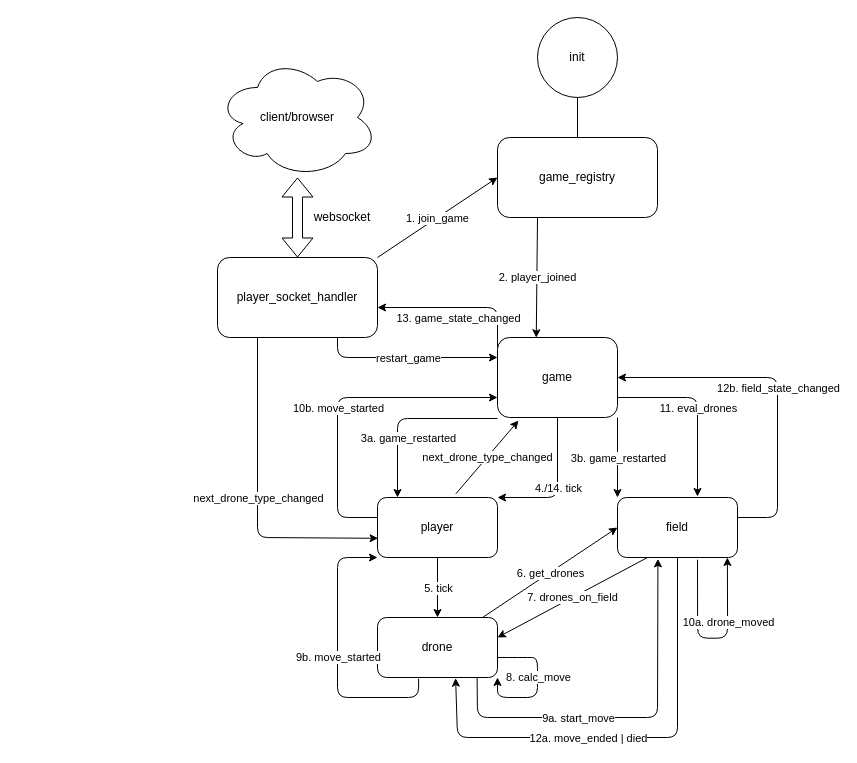
This is backend/spec.drawio from flensrocker/droneactor, a draw.io file, before an edit. Source tidied: cells renumbered, new cells numbered last; positions are measured from the earlier drawing's top-left corner, leaving out a move shared by most shapes. Both pictures are drawn from the tidied source at 100%, with x=0, y=0 at pixel (217, 17).
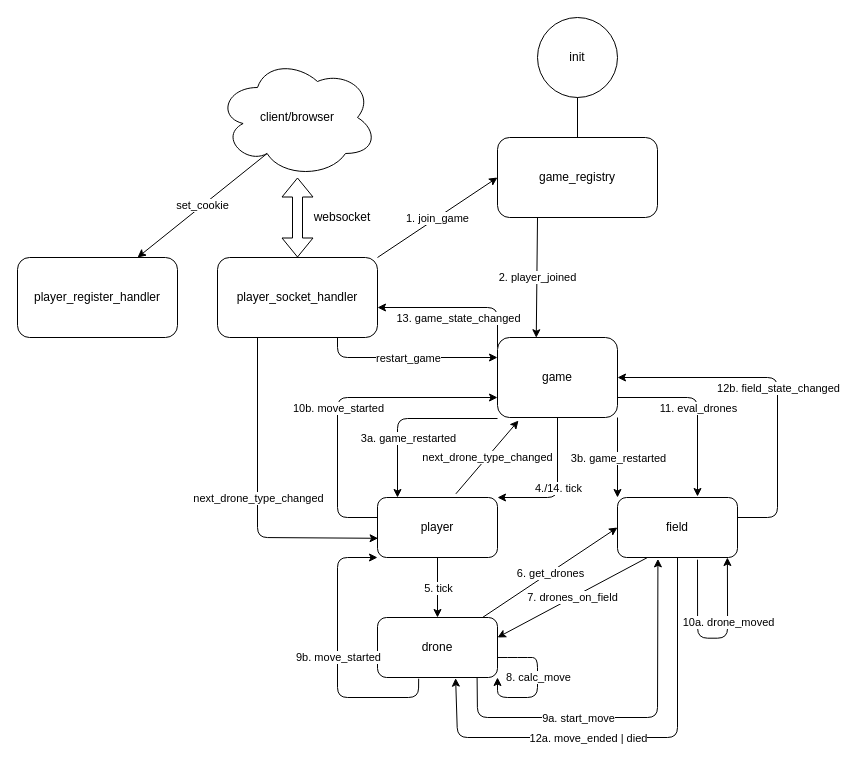
The same page after the edit.

Commit message:
backend, spec - added register-player

Unchanged cells that the change refers to:
```xml
<mxCell id="5" value="client/browser" style="ellipse;shape=cloud;whiteSpace=wrap;html=1;" parent="1" vertex="1">
  <mxGeometry y="40" width="160" height="120" as="geometry" />
</mxCell>
```

What changed in the source:
```diff
@@
+    <mxCell id="53" value="player_register_handler" style="rounded=1;whiteSpace=wrap;html=1;" parent="1" vertex="1">
+      <mxGeometry x="-200" y="240" width="160" height="80" as="geometry" />
+    </mxCell>
+    <mxCell id="54" style="endArrow=classic;html=1;exitX=0.31;exitY=0.8;exitDx=0;exitDy=0;exitPerimeter=0;entryX=0.75;entryY=0;entryDx=0;entryDy=0;" parent="1" edge="1" source="5" target="53">
+      <mxGeometry relative="1" as="geometry" />
+    </mxCell>
+    <mxCell id="55" value="set_cookie" style="edgeLabel;html=1;align=center;verticalAlign=middle;" parent="54" vertex="1">
+      <mxGeometry relative="1" as="geometry" />
+    </mxCell>
```
